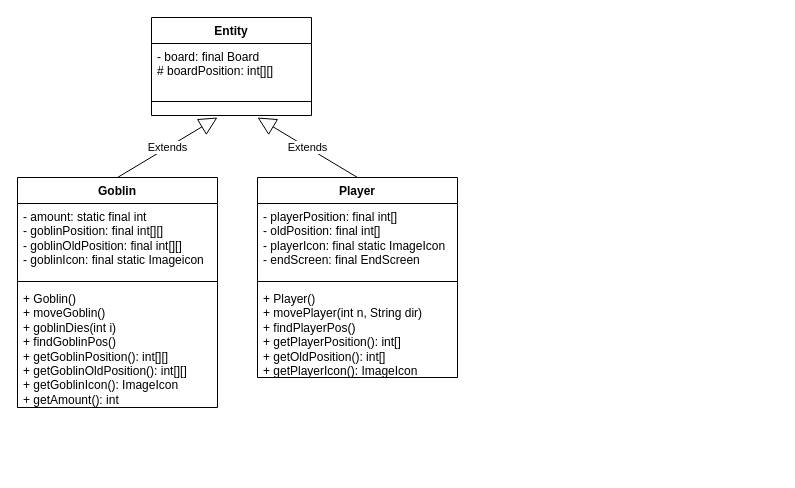
The draw.io diagram Untitled Diagram.drawio in jacob-w4/Java-simple-game, before the edit. Source tidied: cells renumbered, new cells numbered last; positions are measured from the earlier drawing's top-left corner, leaving out a move shared by most shapes. Both pictures are drawn from the tidied source at 100%, with x=0, y=0 at pixel (17, 17).
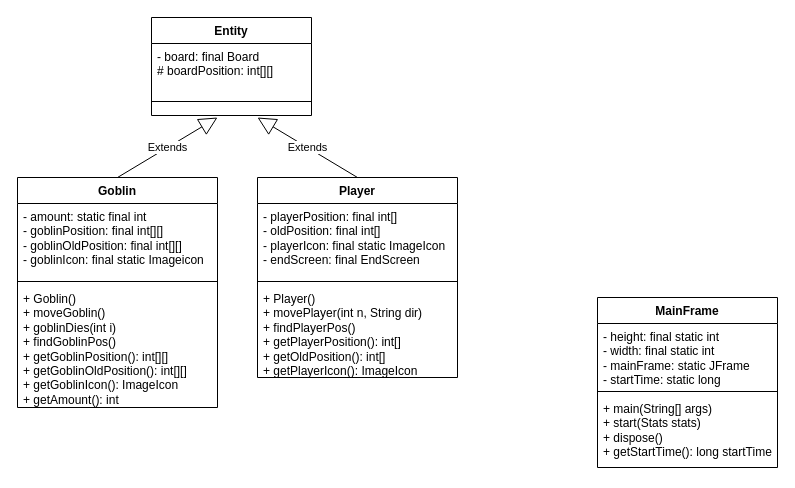
The same diagram, later.

The edit, as a diff of the source:
```diff
@@
+    <mxCell id="15" value="MainFrame" style="swimlane;fontStyle=1;align=center;verticalAlign=top;horizontal=1;startSize=26;whiteSpace=wrap;html=1;" parent="1" vertex="1">
+      <mxGeometry x="580" y="280" width="180" height="170" as="geometry" />
+    </mxCell>
+    <mxCell id="16" value="- height: final static int&lt;br&gt;- width: final static int&lt;br&gt;- mainFrame: static JFrame&lt;br&gt;- startTime: static long" style="text;strokeColor=none;fillColor=none;align=left;verticalAlign=top;spacingLeft=4;spacingRight=4;overflow=hidden;whiteSpace=wrap;html=1;" parent="15" vertex="1">
+      <mxGeometry y="26" width="180" height="64" as="geometry" />
+    </mxCell>
+    <mxCell id="17" style="line;strokeWidth=1;fillColor=none;align=left;verticalAlign=middle;spacingTop=-1;spacingLeft=3;spacingRight=3;labelPosition=right;strokeColor=inherit;" parent="15" vertex="1">
+      <mxGeometry y="90" width="180" height="8" as="geometry" />
+    </mxCell>
+    <mxCell id="18" value="+ main(String[] args)&lt;br&gt;+ start(Stats stats)&lt;br&gt;+ dispose()&lt;br&gt;+ getStartTime(): long startTime" style="text;strokeColor=none;fillColor=none;align=left;verticalAlign=top;spacingLeft=4;spacingRight=4;overflow=hidden;whiteSpace=wrap;html=1;" parent="15" vertex="1">
+      <mxGeometry y="98" width="180" height="72" as="geometry" />
+    </mxCell>
```
